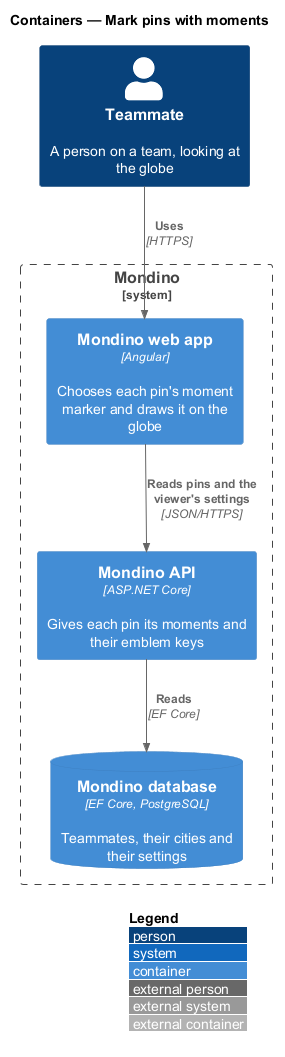
Before: docs/detailed-designs/moments/mark-pins-with-moments/diagrams/c4-container.png, a diagram exported from PlantUML (QuinntyneBrown/Mondino).
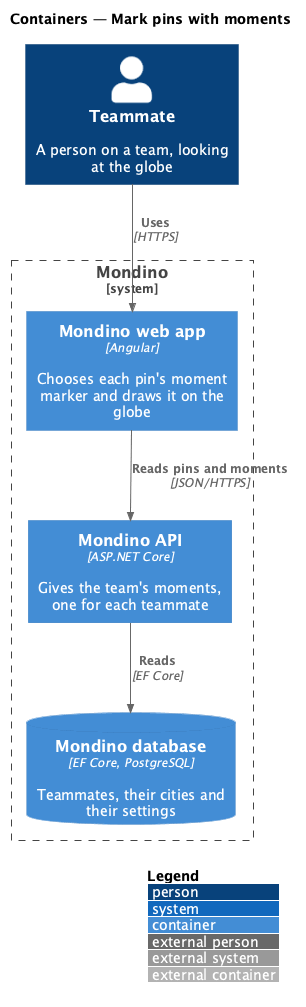
After the change.

Change to the diagram source:
```diff
@@ -6,11 +6,11 @@
 Person(teammate, "Teammate", "A person on a team, looking at the globe")
 System_Boundary(mondino, "Mondino") {
   Container(web, "Mondino web app", "Angular", "Chooses each pin's moment marker and draws it on the globe")
-  Container(api, "Mondino API", "ASP.NET Core", "Gives each pin its moments and their emblem keys")
+  Container(api, "Mondino API", "ASP.NET Core", "Gives the team's moments, one for each teammate")
   ContainerDb(db, "Mondino database", "EF Core, PostgreSQL", "Teammates, their cities and their settings")
 }
 
 Rel(teammate, web, "Uses", "HTTPS")
-Rel(web, api, "Reads pins and the viewer's settings", "JSON/HTTPS")
+Rel(web, api, "Reads pins and moments", "JSON/HTTPS")
 Rel(api, db, "Reads", "EF Core")
 @enduml
```
